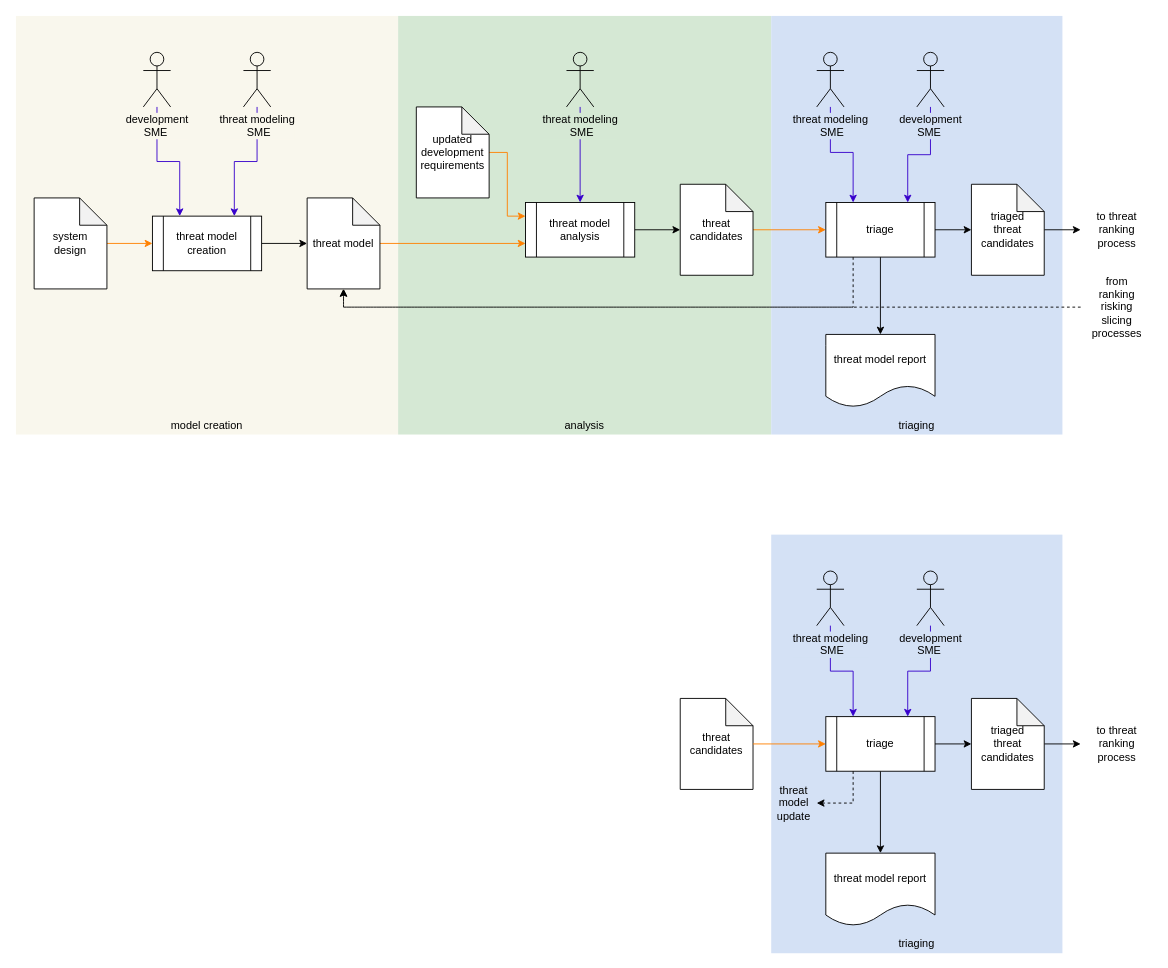
Before: source/reference_documents/secondary_documents/design phase/Threat Modeling Report/images/source/threat modeling workflow.drawio in AVCDL/AVCDL, a draw.io diagram. Source tidied: cells renumbered, new cells numbered last; positions are measured from the earlier drawing's top-left corner, leaving out a move shared by most shapes. Both pictures are drawn from the tidied source at 91%, with x=0, y=0 at pixel (15, 15).
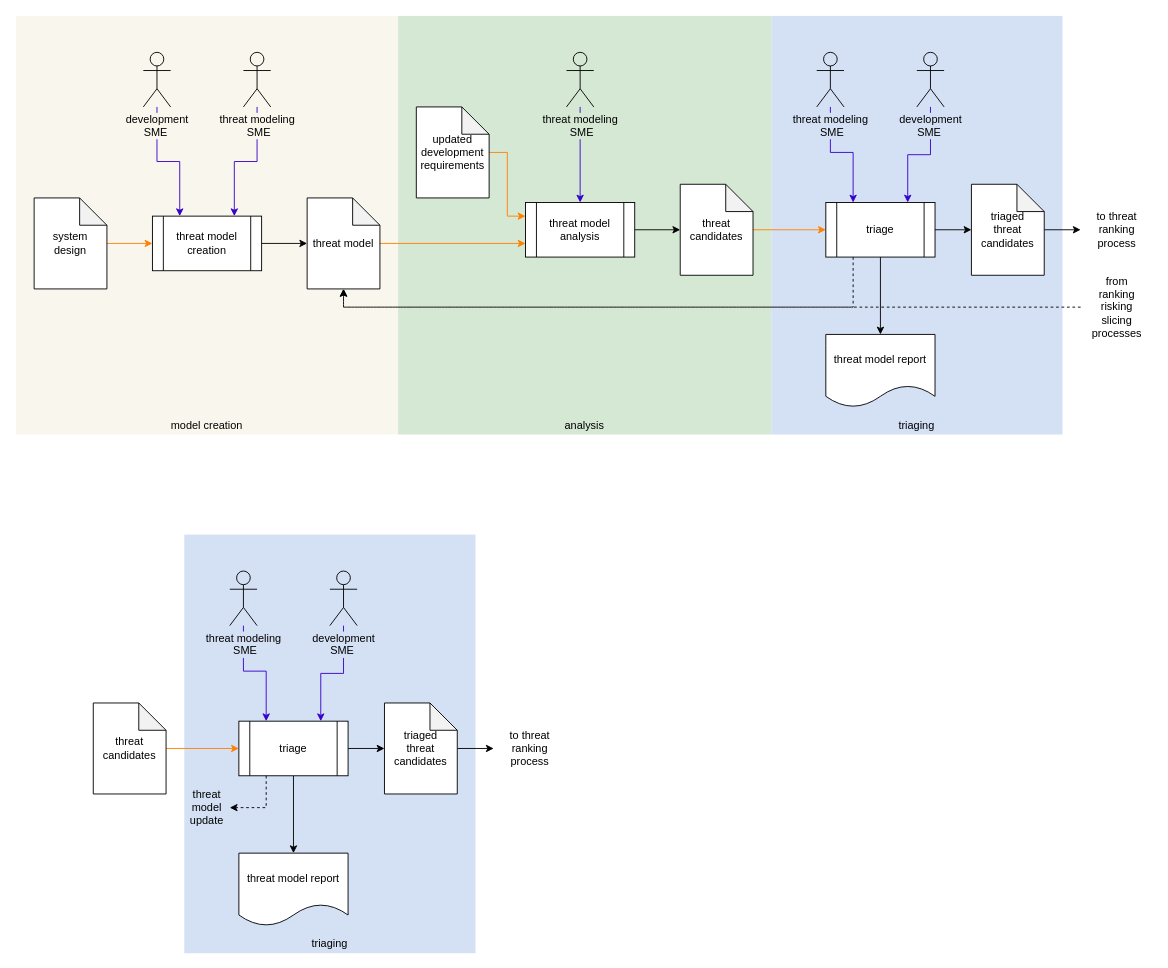
After the change.

Commit message (it also covers changes not shown here):
updated threat modeling workflow - triage diagram to correct an alignment issue

The change refers to these unchanged cells:
```xml
<mxCell id="7" value="threat model analysis" style="shape=process;whiteSpace=wrap;html=1;backgroundOutline=1;" parent="1" vertex="1">
  <mxGeometry x="560" y="205" width="120" height="60" as="geometry" />
</mxCell>
```

Diff of the diagram source:
```diff
@@
-    <mxCell id="38" style="rounded=0;whiteSpace=wrap;html=1;strokeColor=none;fillColor=#D4E1F5;" parent="1" vertex="1">
-      <mxGeometry x="830" y="570" width="320" height="460" as="geometry" />
-    </mxCell>
+    <mxCell id="55" style="edgeStyle=orthogonalEdgeStyle;rounded=0;jettySize=auto;html=1;entryX=0;entryY=0.25;entryDx=0;entryDy=0;strokeColor=#FF8000;" parent="1" edge="1" source="56" target="7">
+      <mxGeometry relative="1" as="geometry" />
+    </mxCell>
+    <mxCell id="56" value="updated development requirements" style="shape=note;whiteSpace=wrap;html=1;backgroundOutline=1;darkOpacity=0.05;" parent="1" vertex="1">
+      <mxGeometry x="440" y="100" width="80" height="100" as="geometry" />
+    </mxCell>
+    <mxCell id="57" style="rounded=0;whiteSpace=wrap;html=1;strokeColor=none;fillColor=#D4E1F5;" parent="1" vertex="1">
+      <mxGeometry x="185" y="570" width="320" height="460" as="geometry" />
+    </mxCell>
     <mxCell id="39" value="threat model report" style="shape=document;whiteSpace=wrap;html=1;boundedLbl=1;" parent="1" vertex="1">
-      <mxGeometry x="890" y="920" width="120" height="80" as="geometry" />
+      <mxGeometry x="245" y="920" width="120" height="80" as="geometry" />
     </mxCell>
     <mxCell id="40" style="edgeStyle=orthogonalEdgeStyle;rounded=0;jettySize=auto;html=1;entryX=0.25;entryY=0;entryDx=0;entryDy=0;fillColor=#6a00ff;strokeColor=#3700CC;" parent="1" edge="1" source="49" target="44">
       <mxGeometry relative="1" as="geometry">
         <Array as="points">
-          <mxPoint x="895" y="720" />
-          <mxPoint x="920" y="720" />
+          <mxPoint x="250" y="720" />
+          <mxPoint x="275" y="720" />
         </Array>
       </mxGeometry>
     </mxCell>
@@
+    <mxCell id="54" style="edgeStyle=orthogonalEdgeStyle;rounded=0;jettySize=auto;html=1;entryX=0;entryY=0.5;entryDx=0;entryDy=0;fillColor=#fa6800;strokeColor=#FF8000;" parent="1" edge="1" source="53" target="44">
+      <mxGeometry relative="1" as="geometry" />
+    </mxCell>
+    <mxCell id="53" value="threat candidates" style="shape=note;whiteSpace=wrap;html=1;backgroundOutline=1;darkOpacity=0.05;" parent="1" vertex="1">
+      <mxGeometry x="85" y="755" width="80" height="100" as="geometry" />
+    </mxCell>
@@
     <mxCell id="44" value="triage" style="shape=process;whiteSpace=wrap;html=1;backgroundOutline=1;" parent="1" vertex="1">
-      <mxGeometry x="890" y="770" width="120" height="60" as="geometry" />
+      <mxGeometry x="245" y="775" width="120" height="60" as="geometry" />
     </mxCell>
@@
     <mxCell id="46" value="triaged&lt;br&gt;threat candidates" style="shape=note;whiteSpace=wrap;html=1;backgroundOutline=1;darkOpacity=0.05;" parent="1" vertex="1">
-      <mxGeometry x="1050" y="750" width="80" height="100" as="geometry" />
+      <mxGeometry x="405" y="755" width="80" height="100" as="geometry" />
     </mxCell>
     <mxCell id="47" value="to threat ranking process" style="text;html=1;strokeColor=none;fillColor=none;align=center;verticalAlign=middle;whiteSpace=wrap;rounded=0;" parent="1" vertex="1">
-      <mxGeometry x="1170" y="760" width="80" height="80" as="geometry" />
+      <mxGeometry x="525" y="765" width="80" height="80" as="geometry" />
     </mxCell>
     <mxCell id="48" value="triaging" style="text;html=1;strokeColor=none;fillColor=none;align=center;verticalAlign=middle;whiteSpace=wrap;rounded=0;" parent="1" vertex="1">
-      <mxGeometry x="830" y="1010" width="320" height="20" as="geometry" />
+      <mxGeometry x="185" y="1010" width="320" height="20" as="geometry" />
     </mxCell>
     <mxCell id="49" value="&lt;span style=&quot;&quot;&gt;threat modeling&lt;br&gt;&amp;nbsp; &amp;nbsp; &amp;nbsp; &amp;nbsp; &amp;nbsp;SME&amp;nbsp; &amp;nbsp; &amp;nbsp; &amp;nbsp;&amp;nbsp;&lt;/span&gt;" style="shape=umlActor;verticalLabelPosition=bottom;labelBackgroundColor=#D4E1F5;verticalAlign=top;html=1;outlineConnect=0;fillColor=#D4E1F5;" parent="1" vertex="1">
-      <mxGeometry x="880" y="610" width="30" height="60" as="geometry" />
+      <mxGeometry x="235" y="610" width="30" height="60" as="geometry" />
     </mxCell>
-    <mxCell id="50" value="&lt;span style=&quot;&quot;&gt;development&lt;br&gt;&amp;nbsp; &amp;nbsp; &amp;nbsp; SME&amp;nbsp; &amp;nbsp; &amp;nbsp; &amp;nbsp;&lt;/span&gt;" style="shape=umlActor;verticalLabelPosition=bottom;labelBackgroundColor=#D4E1F5;verticalAlign=top;html=1;outlineConnect=0;fillColor=#D4E1F5;noLabel=0;labelPadding=0;" parent="1" vertex="1">
-      <mxGeometry x="990" y="610" width="30" height="60" as="geometry" />
+    <mxCell id="50" value="&lt;span style=&quot;&quot;&gt;development&lt;br&gt;&amp;nbsp; &amp;nbsp; &amp;nbsp; SME&amp;nbsp; &amp;nbsp; &amp;nbsp; &amp;nbsp;&lt;/span&gt;" style="shape=umlActor;verticalLabelPosition=bottom;labelBackgroundColor=#D4E1F5;verticalAlign=top;html=1;outlineConnect=0;fillColor=#D4E1F5;" parent="1" vertex="1">
+      <mxGeometry x="345" y="610" width="30" height="60" as="geometry" />
     </mxCell>
     <mxCell id="51" style="edgeStyle=orthogonalEdgeStyle;rounded=0;jettySize=auto;html=1;entryX=1;entryY=0.5;entryDx=0;entryDy=0;strokeWidth=1;dashed=1;exitX=0.25;exitY=1;exitDx=0;exitDy=0;" parent="1" edge="1" source="44" target="52">
       <mxGeometry relative="1" as="geometry">
         <Array as="points">
-          <mxPoint x="920" y="865" />
+          <mxPoint x="275" y="870" />
         </Array>
       </mxGeometry>
     </mxCell>
     <mxCell id="52" value="threat&lt;br&gt;model&lt;br&gt;update" style="text;html=1;strokeColor=none;fillColor=none;align=center;verticalAlign=middle;whiteSpace=wrap;rounded=0;" parent="1" vertex="1">
-      <mxGeometry x="830" y="840" width="50" height="50" as="geometry" />
+      <mxGeometry x="185" y="845" width="50" height="50" as="geometry" />
     </mxCell>
-    <mxCell id="53" value="threat candidates" style="shape=note;whiteSpace=wrap;html=1;backgroundOutline=1;darkOpacity=0.05;" parent="1" vertex="1">
-      <mxGeometry x="730" y="750" width="80" height="100" as="geometry" />
-    </mxCell>
-    <mxCell id="54" style="edgeStyle=orthogonalEdgeStyle;rounded=0;jettySize=auto;html=1;fillColor=#fa6800;strokeColor=#FF8000;" parent="1" edge="1" source="53" target="44">
-      <mxGeometry relative="1" as="geometry" />
-    </mxCell>
-    <mxCell id="55" style="edgeStyle=orthogonalEdgeStyle;rounded=0;jettySize=auto;html=1;entryX=0;entryY=0.25;entryDx=0;entryDy=0;strokeColor=#FF8000;" parent="1" edge="1" source="56" target="7">
-      <mxGeometry relative="1" as="geometry" />
-    </mxCell>
-    <mxCell id="56" value="updated development requirements" style="shape=note;whiteSpace=wrap;html=1;backgroundOutline=1;darkOpacity=0.05;" parent="1" vertex="1">
-      <mxGeometry x="440" y="100" width="80" height="100" as="geometry" />
-    </mxCell>
```
